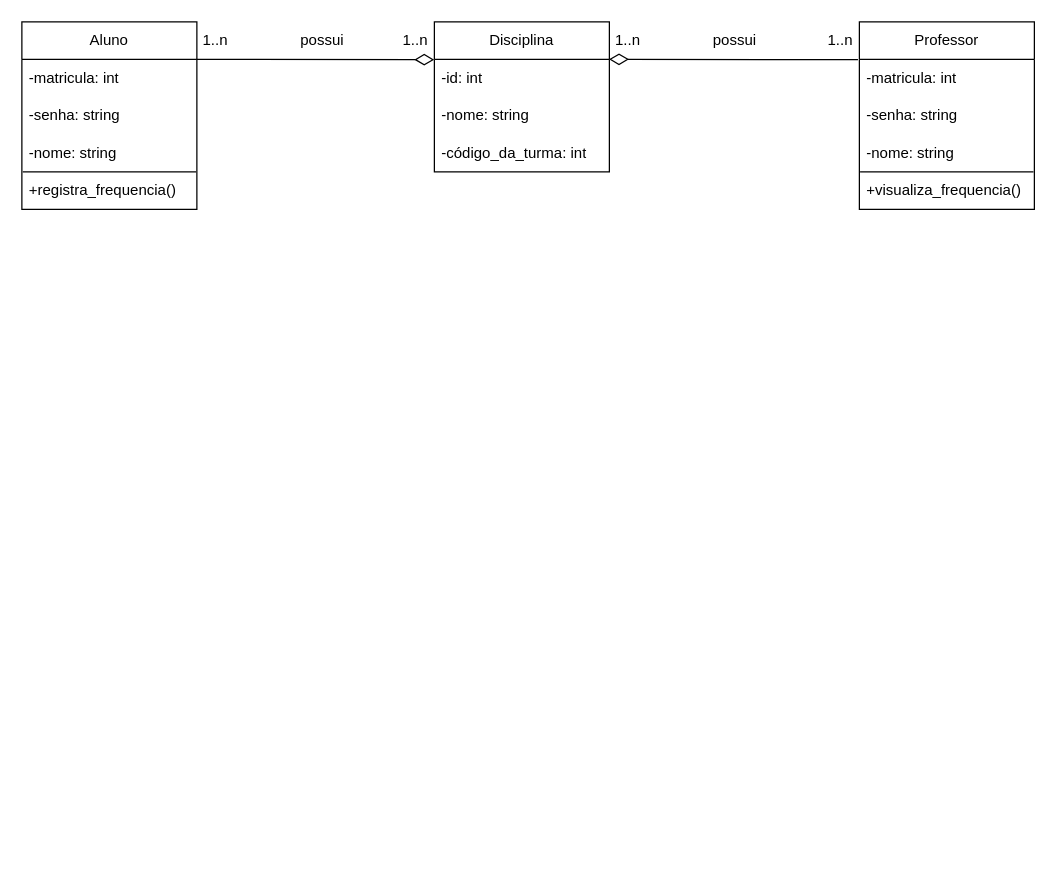
Above: Documents/models.drawio in Jordanjuliobr23/Automated-Call-System (draw.io), before the change. Source tidied: cells renumbered, new cells numbered last; positions are measured from the earlier drawing's top-left corner, leaving out a move shared by most shapes. Both pictures are drawn from the tidied source at 125%, with x=0, y=0 at pixel (21, 21).
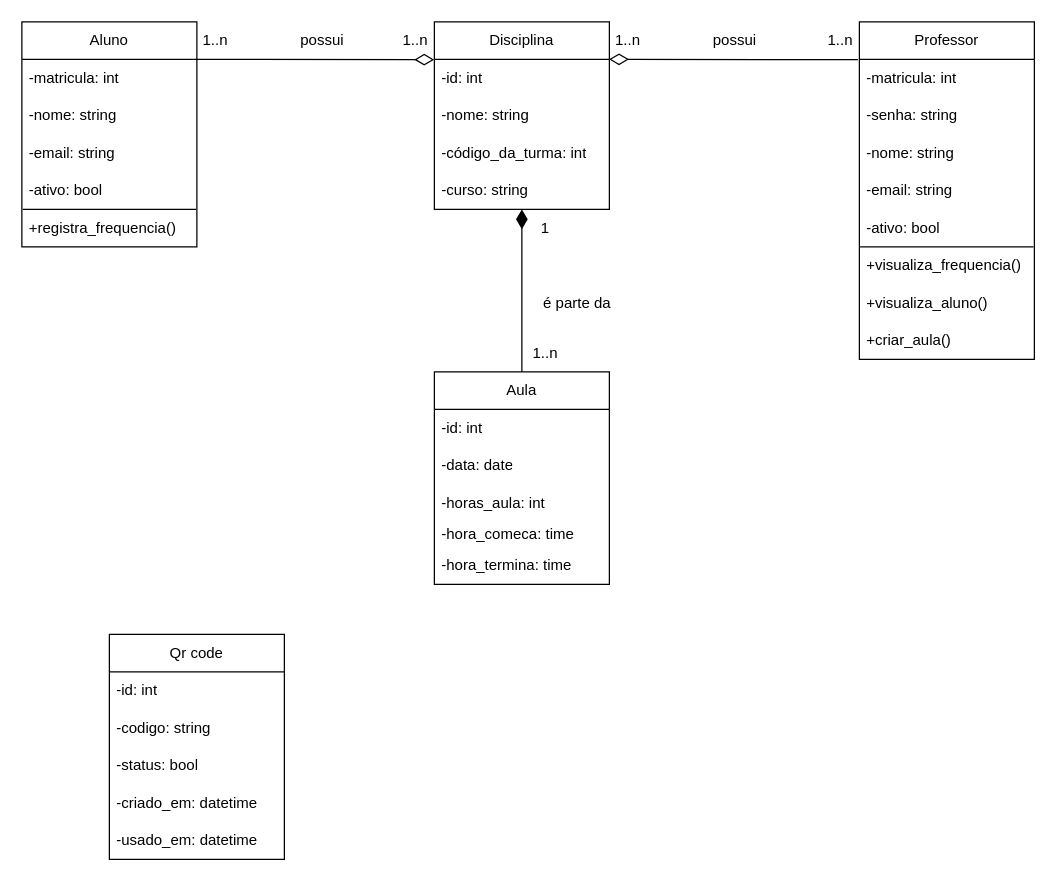
After the change.

The edit, as a diff of the source:
```diff
@@
     <mxCell id="2" value="Aluno" style="swimlane;fontStyle=0;horizontal=1;startSize=30;whiteSpace=wrap;html=1;" parent="1" vertex="1">
-      <mxGeometry width="140" height="150" as="geometry" />
+      <mxGeometry width="140" height="180" as="geometry" />
     </mxCell>
@@
-    <mxCell id="4" value="-senha: string" style="text;strokeColor=none;fillColor=none;align=left;verticalAlign=middle;spacingLeft=4;spacingRight=4;overflow=hidden;whiteSpace=wrap;html=1;" parent="2" vertex="1">
-      <mxGeometry y="60" width="140" height="30" as="geometry" />
-    </mxCell>
+    <mxCell id="26" value="-nome: string" style="text;strokeColor=none;fillColor=none;align=left;verticalAlign=middle;spacingLeft=4;spacingRight=4;overflow=hidden;whiteSpace=wrap;html=1;" parent="2" vertex="1">
+      <mxGeometry y="60" width="140" height="30" as="geometry" />
+    </mxCell>
+    <mxCell id="27" value="-email: string" style="text;strokeColor=none;fillColor=none;align=left;verticalAlign=middle;spacingLeft=4;spacingRight=4;overflow=hidden;whiteSpace=wrap;html=1;" parent="2" vertex="1">
+      <mxGeometry y="90" width="140" height="30" as="geometry" />
+    </mxCell>
-    <mxCell id="5" value="-nome: string" style="text;strokeColor=none;fillColor=none;align=left;verticalAlign=middle;spacingLeft=4;spacingRight=4;overflow=hidden;points=[[0,0.5],[1,0.5]];portConstraint=eastwest;whiteSpace=wrap;html=1;" parent="2" vertex="1">
-      <mxGeometry y="90" width="140" height="30" as="geometry" />
+    <mxCell id="5" value="-ativo: bool" style="text;strokeColor=none;fillColor=none;align=left;verticalAlign=middle;spacingLeft=4;spacingRight=4;overflow=hidden;points=[[0,0.5],[1,0.5]];portConstraint=eastwest;whiteSpace=wrap;html=1;" parent="2" vertex="1">
+      <mxGeometry y="120" width="140" height="30" as="geometry" />
     </mxCell>
     <mxCell id="6" value="+registra_frequencia()" style="text;strokeColor=none;fillColor=none;align=left;verticalAlign=middle;spacingLeft=4;spacingRight=4;overflow=hidden;whiteSpace=wrap;html=1;" parent="2" vertex="1">
-      <mxGeometry y="120" width="140" height="30" as="geometry" />
+      <mxGeometry y="150" width="140" height="30" as="geometry" />
     </mxCell>
@@
     <mxCell id="8" value="Disciplina" style="swimlane;fontStyle=0;horizontal=1;startSize=30;whiteSpace=wrap;html=1;" parent="1" vertex="1">
-      <mxGeometry x="330" width="140" height="120" as="geometry" />
+      <mxGeometry x="330" width="140" height="150" as="geometry" />
     </mxCell>
@@
+    <mxCell id="28" value="-curso: string" style="text;strokeColor=none;fillColor=none;align=left;verticalAlign=middle;spacingLeft=4;spacingRight=4;overflow=hidden;whiteSpace=wrap;html=1;" parent="8" vertex="1">
+      <mxGeometry y="120" width="140" height="30" as="geometry" />
+    </mxCell>
     <mxCell id="12" value="Professor" style="swimlane;fontStyle=0;horizontal=1;startSize=30;whiteSpace=wrap;html=1;" parent="1" vertex="1">
-      <mxGeometry x="670" width="140" height="150" as="geometry" />
+      <mxGeometry x="670" width="140" height="270" as="geometry" />
     </mxCell>
@@
+    <mxCell id="29" value="-email: string" style="text;strokeColor=none;fillColor=none;align=left;verticalAlign=middle;spacingLeft=4;spacingRight=4;overflow=hidden;whiteSpace=wrap;html=1;" parent="12" vertex="1">
+      <mxGeometry y="120" width="140" height="30" as="geometry" />
+    </mxCell>
+    <mxCell id="30" value="-ativo: bool" style="text;strokeColor=none;fillColor=none;align=left;verticalAlign=middle;spacingLeft=4;spacingRight=4;overflow=hidden;whiteSpace=wrap;html=1;" parent="12" vertex="1">
+      <mxGeometry y="150" width="140" height="30" as="geometry" />
+    </mxCell>
     <mxCell id="16" value="+visualiza_frequencia()" style="text;strokeColor=none;fillColor=none;align=left;verticalAlign=middle;spacingLeft=4;spacingRight=4;overflow=hidden;points=[[0,0.5],[1,0.5]];portConstraint=eastwest;whiteSpace=wrap;html=1;" parent="12" vertex="1">
-      <mxGeometry y="120" width="140" height="30" as="geometry" />
+      <mxGeometry y="180" width="140" height="30" as="geometry" />
     </mxCell>
@@
+    <mxCell id="31" value="+visualiza_aluno()" style="text;strokeColor=none;fillColor=none;align=left;verticalAlign=middle;spacingLeft=4;spacingRight=4;overflow=hidden;whiteSpace=wrap;html=1;" parent="12" vertex="1">
+      <mxGeometry y="210" width="140" height="30" as="geometry" />
+    </mxCell>
+    <mxCell id="32" value="+criar_aula()" style="text;strokeColor=none;fillColor=none;align=left;verticalAlign=middle;spacingLeft=4;spacingRight=4;overflow=hidden;whiteSpace=wrap;html=1;" parent="12" vertex="1">
+      <mxGeometry y="240" width="140" height="30" as="geometry" />
+    </mxCell>
@@
+    <mxCell id="33" value="Aula" style="swimlane;fontStyle=0;horizontal=1;startSize=30;whiteSpace=wrap;html=1;" parent="1" vertex="1">
+      <mxGeometry x="330" y="280" width="140" height="170" as="geometry" />
+    </mxCell>
+    <mxCell id="34" value="-id: int" style="text;strokeColor=none;fillColor=none;align=left;verticalAlign=middle;spacingLeft=4;spacingRight=4;overflow=hidden;whiteSpace=wrap;html=1;" parent="33" vertex="1">
+      <mxGeometry y="30" width="140" height="30" as="geometry" />
+    </mxCell>
+    <mxCell id="35" value="-data: date" style="text;strokeColor=none;fillColor=none;align=left;verticalAlign=middle;spacingLeft=4;spacingRight=4;overflow=hidden;whiteSpace=wrap;html=1;" parent="33" vertex="1">
+      <mxGeometry y="60" width="140" height="30" as="geometry" />
+    </mxCell>
+    <mxCell id="36" value="-horas_aula: int" style="text;strokeColor=none;fillColor=none;align=left;verticalAlign=middle;spacingLeft=4;spacingRight=4;overflow=hidden;whiteSpace=wrap;html=1;" parent="33" vertex="1">
+      <mxGeometry y="90" width="140" height="30" as="geometry" />
+    </mxCell>
+    <mxCell id="37" value="-hora_comeca: time" style="text;strokeColor=none;fillColor=none;align=left;verticalAlign=middle;spacingLeft=4;spacingRight=4;overflow=hidden;whiteSpace=wrap;html=1;" parent="33" vertex="1">
+      <mxGeometry y="120" width="140" height="20" as="geometry" />
+    </mxCell>
+    <mxCell id="38" value="-hora_termina: time" style="text;strokeColor=none;fillColor=none;align=left;verticalAlign=middle;spacingLeft=4;spacingRight=4;overflow=hidden;whiteSpace=wrap;html=1;" parent="33" vertex="1">
+      <mxGeometry y="140" width="140" height="30" as="geometry" />
+    </mxCell>
+    <mxCell id="39" style="endArrow=diamondThin;html=1;exitX=0.5;exitY=0;exitDx=0;exitDy=0;endFill=1;endSize=13;startSize=13;" parent="1" edge="1" source="33">
+      <mxGeometry relative="1" as="geometry">
+        <mxPoint x="400" y="150" as="targetPoint" />
+      </mxGeometry>
+    </mxCell>
+    <mxCell id="40" value="1..n" style="text;html=1;align=center;verticalAlign=middle;whiteSpace=wrap;rounded=0;" parent="1" vertex="1">
+      <mxGeometry x="404" y="250" width="30" height="30" as="geometry" />
+    </mxCell>
+    <mxCell id="41" value="1" style="text;html=1;align=center;verticalAlign=middle;whiteSpace=wrap;rounded=0;" parent="1" vertex="1">
+      <mxGeometry x="404" y="150" width="30" height="30" as="geometry" />
+    </mxCell>
+    <mxCell id="42" value="é parte da" style="text;html=1;align=center;verticalAlign=middle;strokeColor=none;fillColor=none;" parent="1" vertex="1">
+      <mxGeometry x="404" y="210" width="80" height="30" as="geometry" />
+    </mxCell>
+    <mxCell id="43" value="Qr code" style="swimlane;fontStyle=0;horizontal=1;startSize=30;whiteSpace=wrap;html=1;" parent="1" vertex="1">
+      <mxGeometry x="70" y="490" width="140" height="180" as="geometry" />
+    </mxCell>
+    <mxCell id="44" value="-id: int" style="text;strokeColor=none;fillColor=none;align=left;verticalAlign=middle;spacingLeft=4;spacingRight=4;overflow=hidden;whiteSpace=wrap;html=1;" parent="43" vertex="1">
+      <mxGeometry y="30" width="140" height="30" as="geometry" />
+    </mxCell>
+    <mxCell id="45" value="-codigo: string" style="text;strokeColor=none;fillColor=none;align=left;verticalAlign=middle;spacingLeft=4;spacingRight=4;overflow=hidden;whiteSpace=wrap;html=1;" parent="43" vertex="1">
+      <mxGeometry y="60" width="140" height="30" as="geometry" />
+    </mxCell>
+    <mxCell id="46" value="-status: bool" style="text;strokeColor=none;fillColor=none;align=left;verticalAlign=middle;spacingLeft=4;spacingRight=4;overflow=hidden;whiteSpace=wrap;html=1;" parent="43" vertex="1">
+      <mxGeometry y="90" width="140" height="30" as="geometry" />
+    </mxCell>
+    <mxCell id="47" value="-criado_em: datetime" style="text;strokeColor=none;fillColor=none;align=left;verticalAlign=middle;spacingLeft=4;spacingRight=4;overflow=hidden;whiteSpace=wrap;html=1;" parent="43" vertex="1">
+      <mxGeometry y="120" width="140" height="30" as="geometry" />
+    </mxCell>
+    <mxCell id="48" value="-usado_em: datetime" style="text;strokeColor=none;fillColor=none;align=left;verticalAlign=middle;spacingLeft=4;spacingRight=4;overflow=hidden;whiteSpace=wrap;html=1;" parent="43" vertex="1">
+      <mxGeometry y="150" width="140" height="30" as="geometry" />
+    </mxCell>
```
